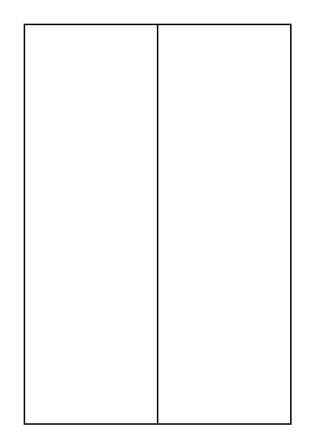
Before: Untitled Diagram.drawio in zhoujianlei/test, a draw.io diagram. Source tidied: cells renumbered, new cells numbered last; positions are measured from the earlier drawing's top-left corner, leaving out a move shared by most shapes. Both pictures are drawn from the tidied source at 148%, with x=0, y=0 at pixel (24, 24).
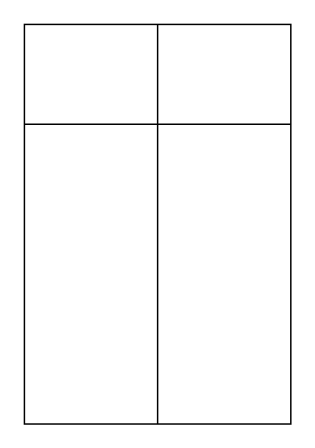
The same diagram, later.

The edit, as a diff of the source:
```diff
@@
 <mxGraphModel>
   <root>
     <mxCell id="0" />
     <mxCell id="1" parent="0" />
     <mxCell id="2" style="rounded=0;whiteSpace=wrap;html=1;" parent="1" vertex="1">
       <mxGeometry width="180" height="270" as="geometry" />
     </mxCell>
     <mxCell id="3" style="endArrow=none;html=1;rounded=0;entryX=0.5;entryY=0;entryDx=0;entryDy=0;exitX=0.5;exitY=1;exitDx=0;exitDy=0;" parent="1" edge="1" source="2" target="2">
       <mxGeometry relative="1" as="geometry" />
     </mxCell>
+    <mxCell id="4" style="endArrow=none;html=1;rounded=0;entryX=1;entryY=0.25;entryDx=0;entryDy=0;exitX=0;exitY=0.25;exitDx=0;exitDy=0;" parent="1" edge="1" source="2" target="2">
+      <mxGeometry relative="1" as="geometry" />
+    </mxCell>
   </root>
 </mxGraphModel>
```
